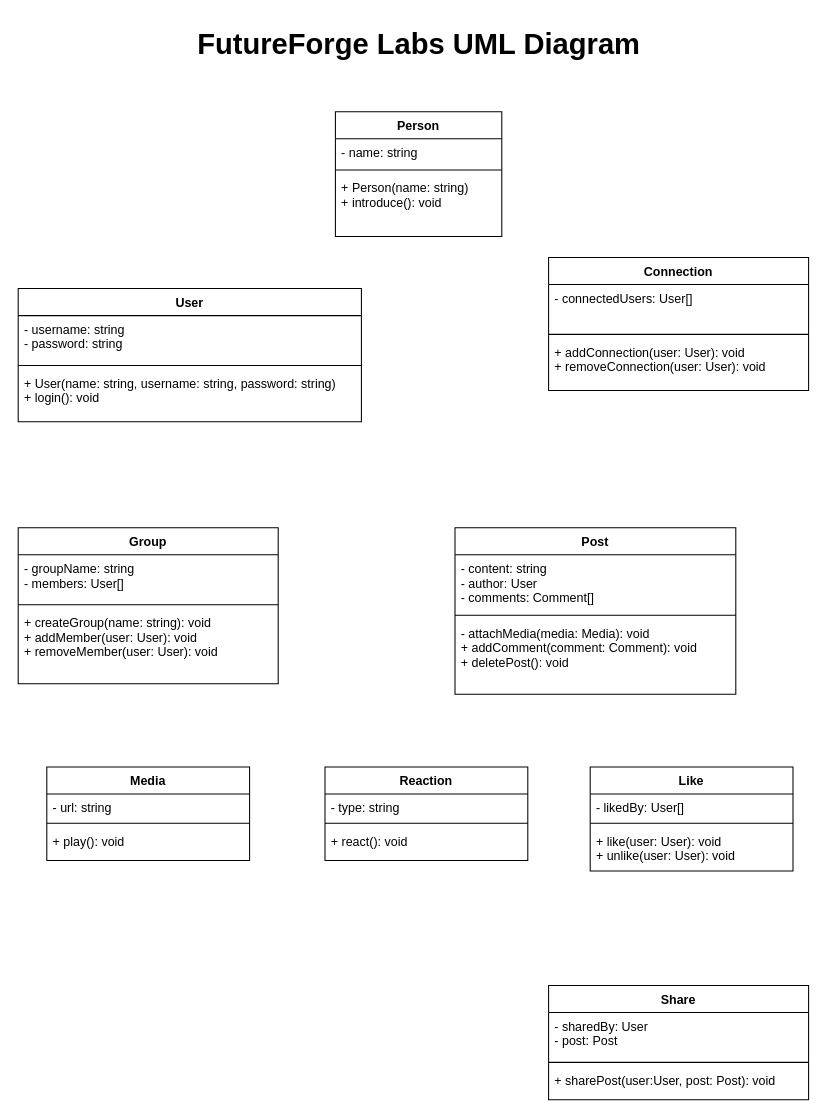
Earlier version of the draw.io diagram docs/futureforge/futureforgeuml.drawio (BlazerLabs/CSC-3105-22-23-Project-Repo). Source tidied: cells renumbered, new cells numbered last; positions are measured from the earlier drawing's top-left corner, leaving out a move shared by most shapes. Both pictures are drawn from the tidied source at 104%, with x=0, y=0 at pixel (18, 18).
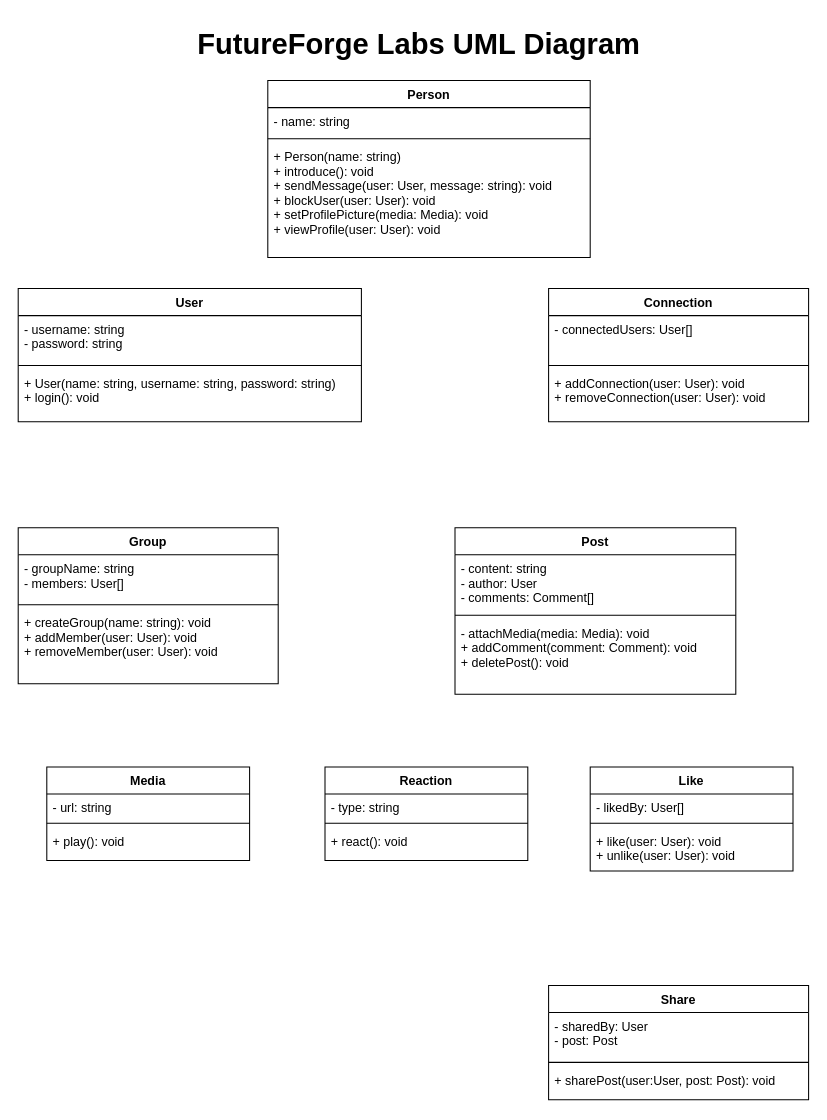
The same page after the edit.

Commit message:
Updated the Person Class

What changed in the source:
```diff
@@
     <mxCell id="2" value="Person" style="swimlane;fontStyle=1;align=center;verticalAlign=top;horizontal=1;startSize=26;" parent="1" vertex="1">
-      <mxGeometry x="305" y="90" width="160" height="120" as="geometry" />
+      <mxGeometry x="240" y="60" width="310" height="170" as="geometry" />
     </mxCell>
     <mxCell id="3" value="- name: string" style="text;strokeColor=none;fillColor=none;align=left;verticalAlign=top;spacingLeft=4;spacingRight=4;overflow=hidden;" parent="2" vertex="1">
-      <mxGeometry y="26" width="160" height="26" as="geometry" />
+      <mxGeometry y="26" width="310" height="26" as="geometry" />
     </mxCell>
     <mxCell id="4" style="line;strokeWidth=1;fillColor=none;align=left;verticalAlign=middle;spacingTop=-1;spacingLeft=3;spacingRight=3;labelPosition=right;strokeColor=inherit;" parent="2" vertex="1">
-      <mxGeometry y="52" width="160" height="8" as="geometry" />
+      <mxGeometry y="52" width="310" height="8" as="geometry" />
     </mxCell>
-    <mxCell id="5" value="+ Person(name: string)&#10;+ introduce(): void" style="text;strokeColor=none;fillColor=none;align=left;verticalAlign=top;spacingLeft=4;spacingRight=4;overflow=hidden;" parent="2" vertex="1">
-      <mxGeometry y="60" width="160" height="60" as="geometry" />
+    <mxCell id="5" value="+ Person(name: string)                                &#10; + introduce(): void                                   &#10; + sendMessage(user: User, message: string): void      &#10; + blockUser(user: User): void                         &#10; + setProfilePicture(media: Media): void               &#10; + viewProfile(user: User): void " style="text;strokeColor=none;fillColor=none;align=left;verticalAlign=top;spacingLeft=4;spacingRight=4;overflow=hidden;" parent="2" vertex="1">
+      <mxGeometry y="60" width="310" height="110" as="geometry" />
     </mxCell>
@@
     <mxCell id="7" value="Connection" style="swimlane;fontStyle=1;align=center;verticalAlign=top;horizontal=1;startSize=26;" parent="1" vertex="1">
-      <mxGeometry x="510" y="230" width="250" height="128" as="geometry" />
+      <mxGeometry x="510" y="260" width="250" height="128" as="geometry" />
     </mxCell>
```
